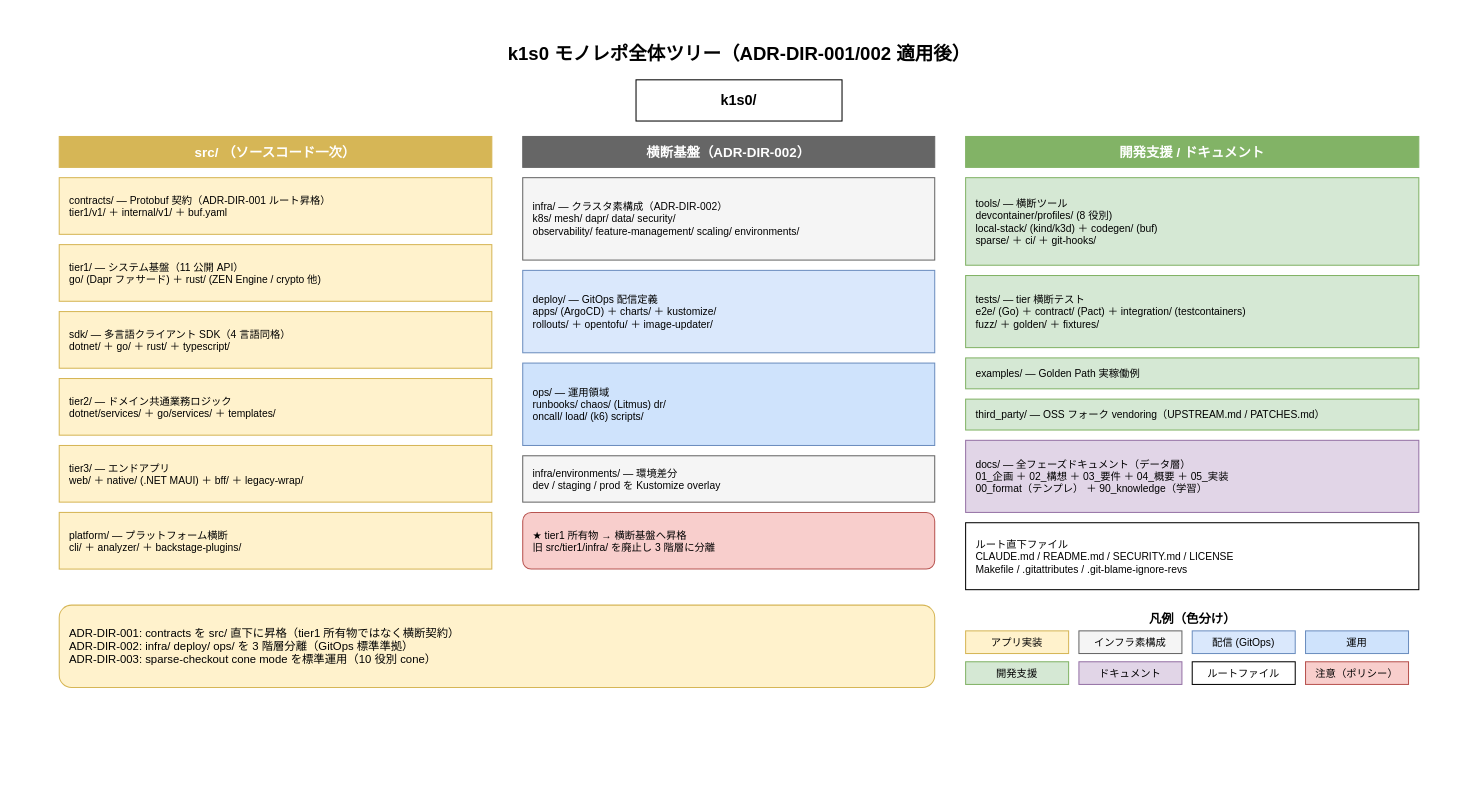
Above: docs/05_実装/00_ディレクトリ設計/10_ルートレイアウト/img/リポジトリルート全体ツリー.drawio in RyuheiKiso/k1s0 (draw.io), before the change. Source tidied: cells renumbered, new cells numbered last; positions are measured from the earlier drawing's top-left corner, leaving out a move shared by most shapes. Both pictures are drawn from the tidied source at 103%, with x=0, y=0 at pixel (18, 18).
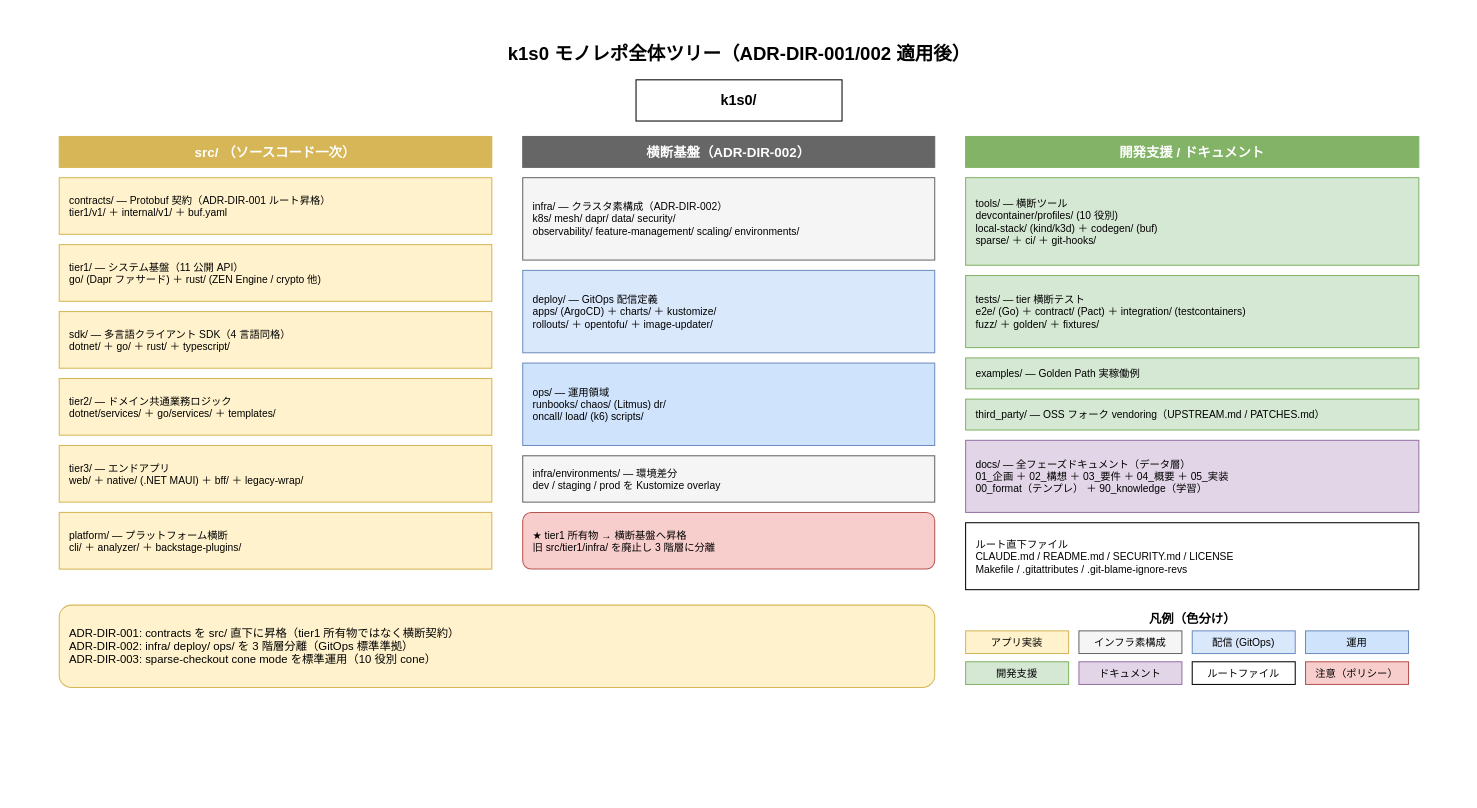
The same page after the edit.

Change to the diagram source:
```diff
@@
-    <mxCell id="19" value="tools/  — 横断ツール&#10;  devcontainer/profiles/ (8 役別)&#10;  local-stack/ (kind/k3d) ＋ codegen/ (buf)&#10;  sparse/ ＋ ci/ ＋ git-hooks/" style="rounded=0;whiteSpace=wrap;html=1;fillColor=#d5e8d4;strokeColor=#82b366;fontSize=10;align=left;spacingLeft=8;" parent="1" vertex="1">
+    <mxCell id="19" value="tools/  — 横断ツール&#10;  devcontainer/profiles/ (10 役別)&#10;  local-stack/ (kind/k3d) ＋ codegen/ (buf)&#10;  sparse/ ＋ ci/ ＋ git-hooks/" style="rounded=0;whiteSpace=wrap;html=1;fillColor=#d5e8d4;strokeColor=#82b366;fontSize=10;align=left;spacingLeft=8;" parent="1" vertex="1">
       <mxGeometry x="920" y="155" width="440" height="85" as="geometry" />
     </mxCell>
```
